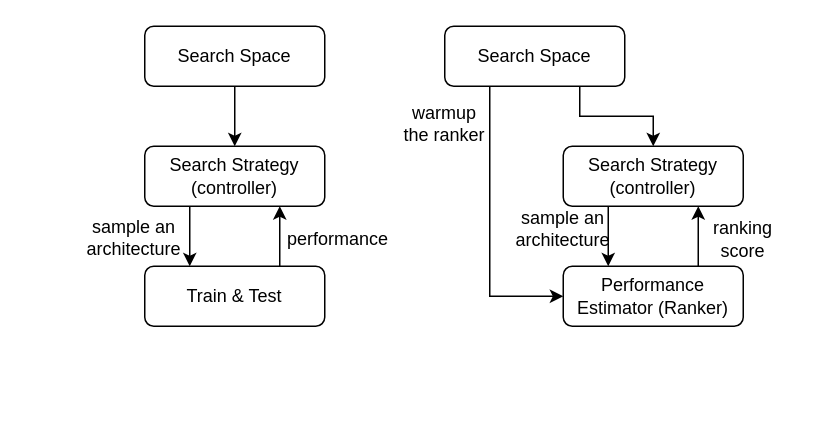
Above: page "mt" (2 of 3) of docs/nas/media/nas.drawio.xml in mydmdm/spinning-up (draw.io), before the change. Source tidied: cells renumbered, new cells numbered last; positions are measured from the earlier drawing's top-left corner, leaving out a move shared by most shapes. Both pictures are drawn from the tidied source at 150%, with x=0, y=0 at pixel (88, 26).
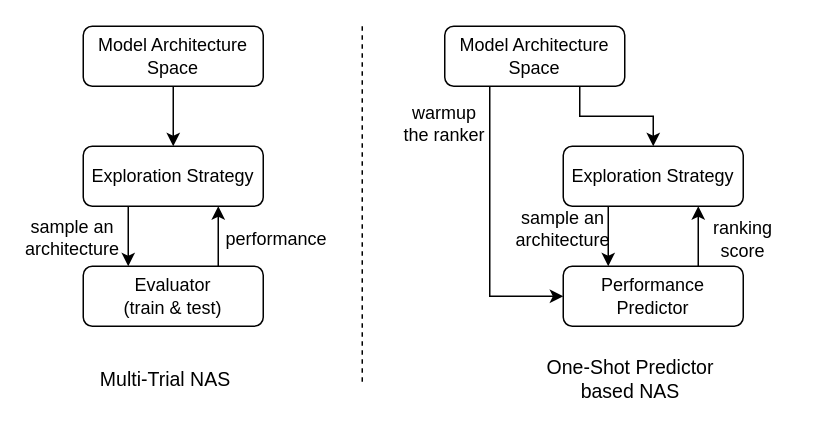
The same page after the edit.

What changed in the source:
```diff
@@
-    <mxCell id="3" value="Search Space" style="rounded=1;whiteSpace=wrap;html=1;" parent="1" vertex="1">
-      <mxGeometry x="37" width="120" height="40" as="geometry" />
+    <mxCell id="3" value="Model Architecture Space" style="rounded=1;whiteSpace=wrap;html=1;" parent="1" vertex="1">
+      <mxGeometry x="-4" width="120" height="40" as="geometry" />
     </mxCell>
@@
-    <mxCell id="5" value="Search Strategy&lt;br&gt;(controller)" style="rounded=1;whiteSpace=wrap;html=1;" parent="1" vertex="1">
-      <mxGeometry x="37" y="80" width="120" height="40" as="geometry" />
+    <mxCell id="5" value="Exploration Strategy" style="rounded=1;whiteSpace=wrap;html=1;" parent="1" vertex="1">
+      <mxGeometry x="-4" y="80" width="120" height="40" as="geometry" />
     </mxCell>
@@
-    <mxCell id="7" value="Train &amp;amp; Test" style="rounded=1;whiteSpace=wrap;html=1;" parent="1" vertex="1">
-      <mxGeometry x="37" y="160" width="120" height="40" as="geometry" />
+    <mxCell id="7" value="Evaluator&lt;br&gt;(train &amp;amp; test)" style="rounded=1;whiteSpace=wrap;html=1;" parent="1" vertex="1">
+      <mxGeometry x="-4" y="160" width="120" height="40" as="geometry" />
     </mxCell>
     <mxCell id="8" value="sample an architecture" style="text;html=1;strokeColor=none;fillColor=none;align=center;verticalAlign=middle;whiteSpace=wrap;rounded=0;" parent="1" vertex="1">
-      <mxGeometry y="126" width="60" height="30" as="geometry" />
+      <mxGeometry x="-41" y="126" width="60" height="30" as="geometry" />
     </mxCell>
     <mxCell id="9" value="performance" style="text;html=1;strokeColor=none;fillColor=none;align=center;verticalAlign=middle;whiteSpace=wrap;rounded=0;" parent="1" vertex="1">
-      <mxGeometry x="136" y="127" width="60" height="30" as="geometry" />
+      <mxGeometry x="95" y="127" width="60" height="30" as="geometry" />
     </mxCell>
@@
-    <mxCell id="12" value="Search Space" style="rounded=1;whiteSpace=wrap;html=1;" parent="1" vertex="1">
+    <mxCell id="12" value="Model Architecture Space" style="rounded=1;whiteSpace=wrap;html=1;" parent="1" vertex="1">
       <mxGeometry x="237" width="120" height="40" as="geometry" />
     </mxCell>
@@
-    <mxCell id="14" value="Search Strategy&lt;br&gt;(controller)" style="rounded=1;whiteSpace=wrap;html=1;" parent="1" vertex="1">
+    <mxCell id="14" value="Exploration Strategy" style="rounded=1;whiteSpace=wrap;html=1;" parent="1" vertex="1">
       <mxGeometry x="316" y="80" width="120" height="40" as="geometry" />
     </mxCell>
@@
-    <mxCell id="16" value="Performance Estimator (Ranker)" style="rounded=1;whiteSpace=wrap;html=1;" parent="1" vertex="1">
+    <mxCell id="16" value="Performance Predictor" style="rounded=1;whiteSpace=wrap;html=1;" parent="1" vertex="1">
       <mxGeometry x="316" y="160" width="120" height="40" as="geometry" />
     </mxCell>
@@
+    <mxCell id="20" value="Multi-Trial NAS" style="text;html=1;strokeColor=none;fillColor=none;align=center;verticalAlign=middle;whiteSpace=wrap;rounded=0;shadow=0;glass=0;sketch=0;fontSize=13;" parent="1" vertex="1">
+      <mxGeometry x="-4" y="220" width="110" height="30" as="geometry" />
+    </mxCell>
+    <mxCell id="21" value="One-Shot Predictor based NAS" style="text;html=1;strokeColor=none;fillColor=none;align=center;verticalAlign=middle;whiteSpace=wrap;rounded=0;shadow=0;glass=0;sketch=0;fontSize=13;" parent="1" vertex="1">
+      <mxGeometry x="286" y="220" width="150" height="30" as="geometry" />
+    </mxCell>
+    <mxCell id="22" style="line;strokeWidth=1;direction=south;html=1;perimeter=backbonePerimeter;rounded=0;shadow=0;glass=0;sketch=0;fontSize=13;dashed=1;" parent="1" vertex="1">
+      <mxGeometry x="177" width="10" height="240" as="geometry" />
+    </mxCell>
```
